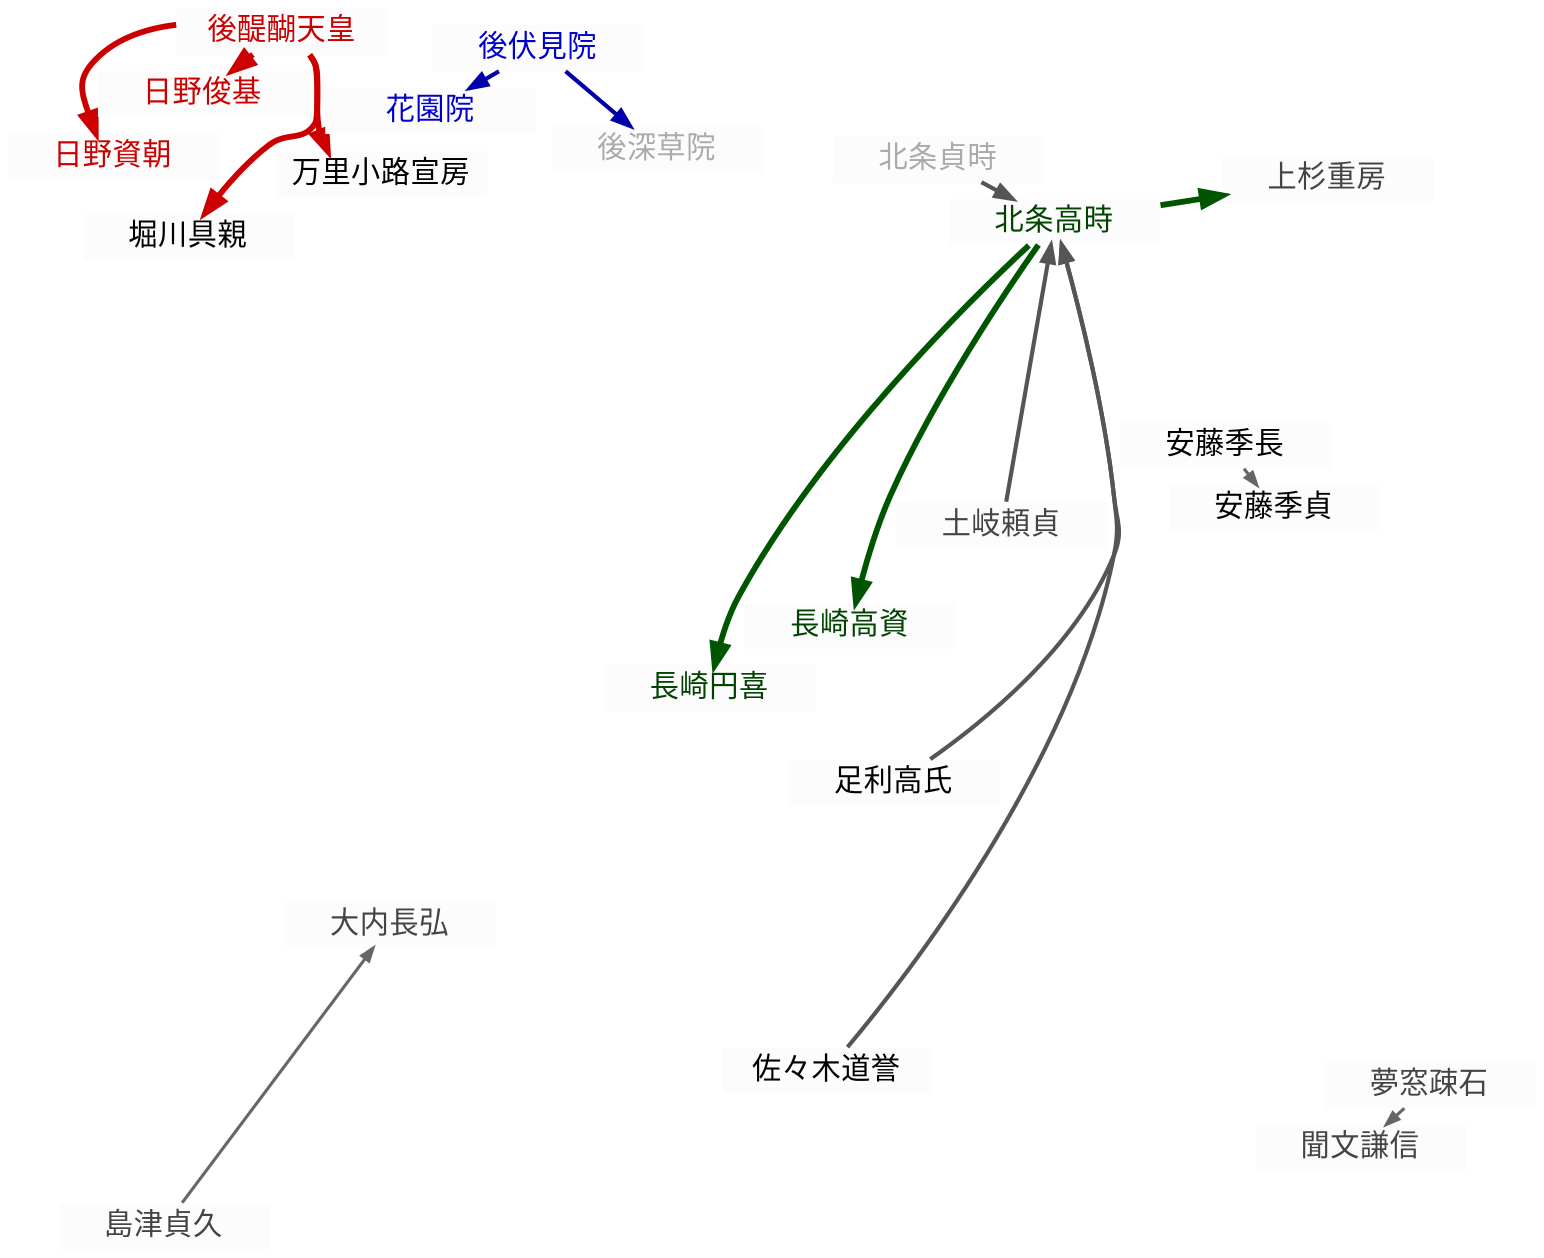
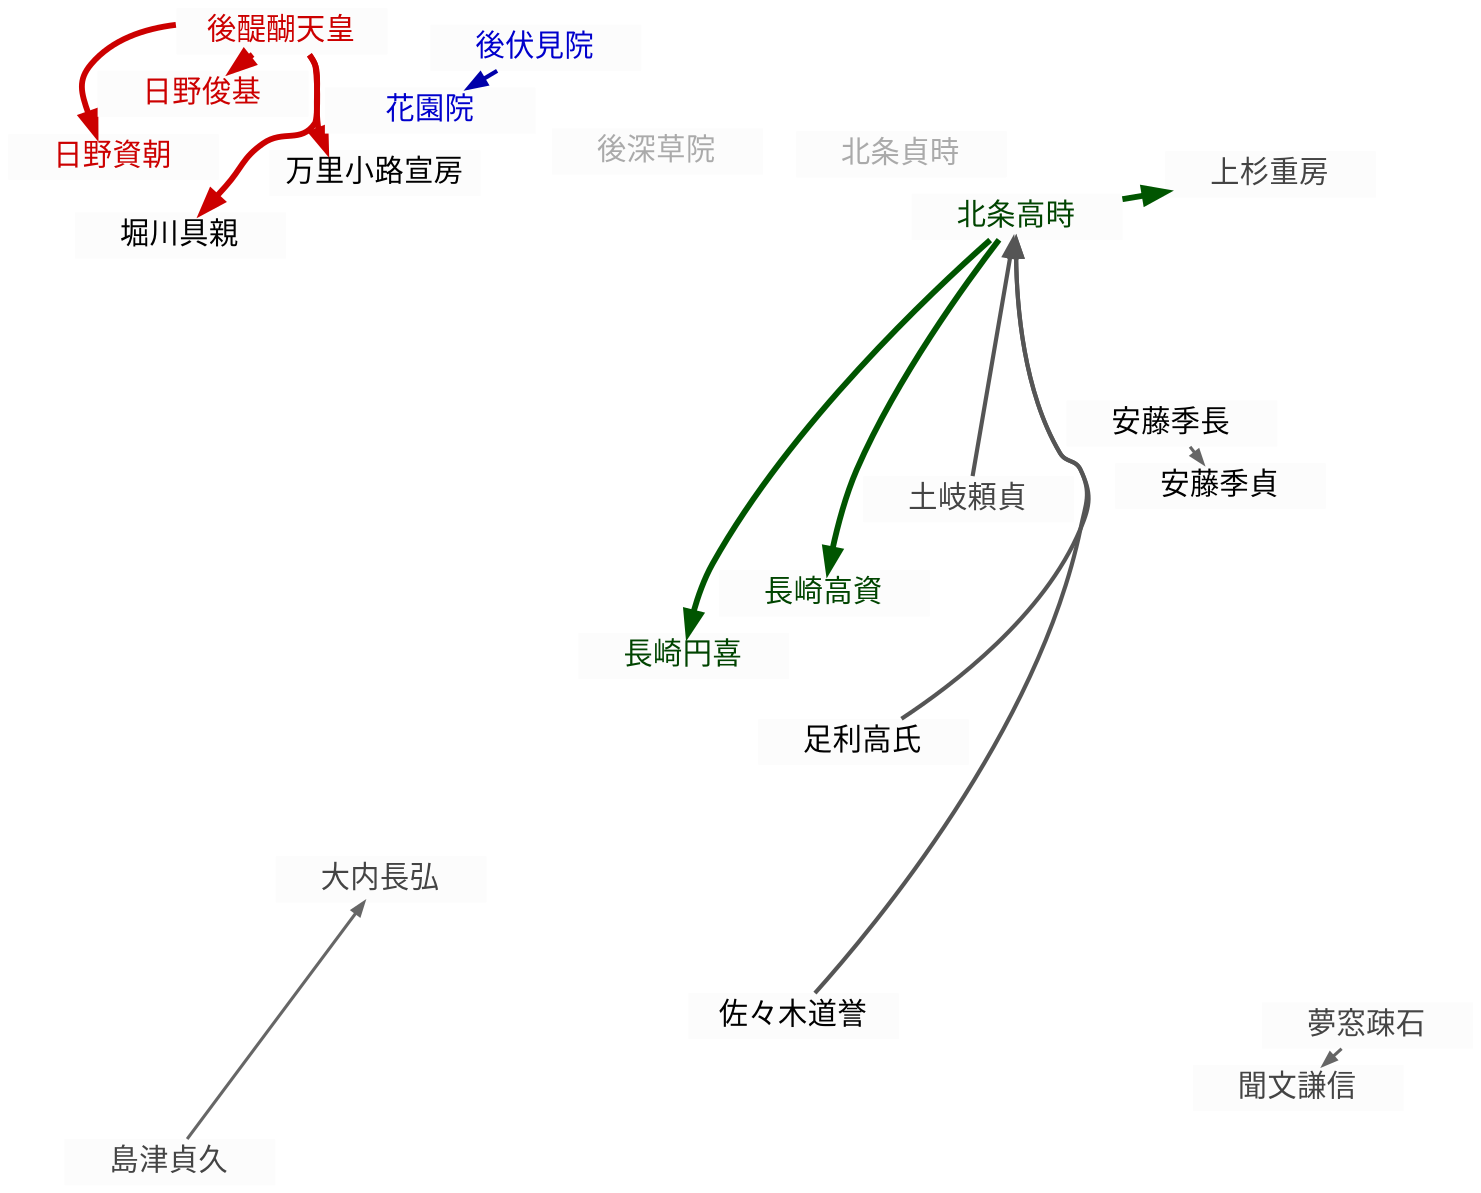
digraph timeline_1324_09 {
    # 1. 全体設定
    graph [
        charset = "UTF-8";
        layout = neato;
        overlap = false;
        sep = "+4";
        bgcolor = "#ffffff";
        splines = true;
    ];

    # 2. ノードデフォルト設定
    node [
        shape = box;
        style = "filled";
        fillcolor = "#fcfcfc";
        color = "#fcfcfc";
        penwidth = 0.1;
        fontname = "sans-serif";
        width = 1.4;
        height = 0.3;
        fixedsize = true;
    ];

    # 3. エッジデフォルト設定
    edge [
        dir = forward;
        arrowhead = normal;
        fontname = "sans-serif";
    ];

    # 4. ノード定義
    # 大覚寺統・討幕過激派
    godaigo_tenno        [label="後醍醐天皇", pos="-4.82,6.44!", fontcolor="#cc0000", tooltip="大覚寺統。討幕を画策する。", URL="https://ja.wikipedia.org/wiki/後醍醐天皇", target="_blank"];
    hino_suketomo        [label="日野資朝", pos="-5.88,5.62!", fontcolor="#cc0000", tooltip="討幕計画の主要人物。", URL="https://ja.wikipedia.org/wiki/日野資朝", target="_blank"];
    hino_toshimoto       [label="日野俊基", pos="-5.41,5.94!", fontcolor="#cc0000", tooltip="討幕計画の主要人物。", URL="https://ja.wikipedia.org/wiki/日野俊基", target="_blank"];
    madenokoji_nobufusa  [label="万里小路宣房", pos="-4.12,5.21!", fontcolor="#000000", tooltip="後醍醐の側近。", URL="https://ja.wikipedia.org/wiki/万里小路宣房", target="_blank"];
    horikawa_tomochika   [label="堀川具親", pos="-5.15,4.85!", fontcolor="#000000", tooltip="公卿。", URL="https://ja.wikipedia.org/wiki/堀川具親", target="_blank"];

    # 持明院統
    gofushimi_in         [label="後伏見院", pos="-2.81,6.14!", fontcolor="#0000cc", tooltip="持明院統。幕府の支持を受ける。", URL="https://ja.wikipedia.org/wiki/後伏見天皇", target="_blank"];
    hanazono_in          [label="花園院", pos="-3.24,5.88!", fontcolor="#0000cc", tooltip="持明院統。", URL="https://ja.wikipedia.org/wiki/花園天皇", target="_blank"];
-     gofukakusa_in        [label="後深草院", pos="-2.11,5.66!", fontcolor="#aaaaaa", tooltip="持明院統。", URL="https://ja.wikipedia.org/wiki/後深草天皇", target="_blank"];
+     gofukakusa_in        [label="後深草院", pos="-2.11,5.66!", fontcolor="#aaaaaa", tooltip="持明院統。既に故人。", URL="https://ja.wikipedia.org/wiki/後深草天皇", target="_blank"];

    # 鎌倉幕府
    hojo_takatoki        [label="北条高時", pos="2.41,4.89!", fontcolor="#004400", tooltip="鎌倉幕府得宗。", URL="https://ja.wikipedia.org/wiki/北条高時", target="_blank"];
-     hojo_sadatoki        [label="北条貞時", pos="1.98,5.12!", fontcolor="#aaaaaa", tooltip="鎌倉幕府得宗。", URL="https://ja.wikipedia.org/wiki/北条貞時", target="_blank"];
+     hojo_sadatoki        [label="北条貞時", pos="1.98,5.12!", fontcolor="#aaaaaa", tooltip="鎌倉幕府得宗。既に故人。", URL="https://ja.wikipedia.org/wiki/北条貞時", target="_blank"];
    nagasaki_takasuke    [label="長崎高資", pos="0.24,0.48!", fontcolor="#004400", tooltip="鎌倉幕府内管領。", URL="https://ja.wikipedia.org/wiki/長崎高資", target="_blank"];
    nagasaki_enki        [label="長崎円喜", pos="-0.12,0.32!", fontcolor="#004400", tooltip="鎌倉幕府内管領。", URL="https://ja.wikipedia.org/wiki/長崎円喜", target="_blank"];
    uesugi_shigefusa     [label="上杉重房", pos="5.42,5.12!", fontcolor="#444444", tooltip="有力御家人。", URL="https://ja.wikipedia.org/wiki/上杉重房", target="_blank"];

    # 武士・その他
    ando_suehisa         [label="安藤季長", pos="4.52,2.41!", fontcolor="#000000", tooltip="安藤氏の乱当事者。", URL="https://ja.wikipedia.org/wiki/安藤氏_(鎌倉時代)", target="_blank"];
    ando_suesada         [label="安藤季貞", pos="4.88,1.95!", fontcolor="#000000", tooltip="安藤氏の乱当事者。", URL="https://ja.wikipedia.org/wiki/安藤氏_(鎌倉時代)", target="_blank"];
-     ashikaga_takauji     [label="足利高氏", pos="1.15,-0.85!", fontcolor="#000000", tooltip="鎌倉幕府の有力御家人。", URL="https://ja.wikipedia.org/wiki/足利尊氏", target="_blank"];
+     ashikaga_takauji     [label="足利高氏", pos="1.15,-0.85!", fontcolor="#000000", tooltip="鎌倉幕府の有力御家人。後の尊氏。", URL="https://ja.wikipedia.org/wiki/足利尊氏", target="_blank"];
    sasaki_doyo          [label="佐々木道誉", pos="0.68,-3.62!", fontcolor="#000000", tooltip="幕府の有力御家人。", URL="https://ja.wikipedia.org/wiki/佐々木道誉", target="_blank"];
    toki_yorisada        [label="土岐頼貞", pos="2.12,1.65!", fontcolor="#444444", tooltip="有力武士。", URL="https://ja.wikipedia.org/wiki/土岐頼貞", target="_blank"];
    shimazu_sadahisa     [label="島津貞久", pos="-5.72,-5.12!", fontcolor="#444444", tooltip="有力武士。", URL="https://ja.wikipedia.org/wiki/島津貞久", target="_blank"];
    ouchi_nagahiro       [label="大内長弘", pos="-3.45,-2.12!", fontcolor="#444444", tooltip="有力武士。", URL="https://ja.wikipedia.org/wiki/大内長弘", target="_blank"];
    muso_soseki          [label="夢窓疎石", pos="6.45,-3.85!", fontcolor="#444444", tooltip="禅僧。", URL="https://ja.wikipedia.org/wiki/夢窓疎石", target="_blank"];
    monbun_kenshin       [label="聞文謙信", pos="5.82,-4.42!", fontcolor="#444444", tooltip="僧侶。", URL="https://ja.wikipedia.org/wiki/聞文謙信", target="_blank"];

    # 5. エッジ定義
    # 重要度：太（指令・統制）
    edge [penwidth=2.8, arrowsize=1.0, color="#cc0000"];
    godaigo_tenno -> hino_suketomo [tooltip="討幕計画の指令。"];
    godaigo_tenno -> hino_toshimoto [tooltip="討幕計画の指令。"];
    godaigo_tenno -> madenokoji_nobufusa [tooltip="後醍醐の側近。"];
    godaigo_tenno -> horikawa_tomochika [tooltip="宮方の公卿。"];

    edge [color="#005500"];
    hojo_takatoki -> nagasaki_takasuke [tooltip="幕府の支配体制。"];
    hojo_takatoki -> nagasaki_enki [tooltip="幕府の支配体制。"];
    hojo_takatoki -> uesugi_shigefusa [tooltip="鎌倉幕府の有力御家人。"];

    # 重要度：中（連帯・君臣）
    edge [penwidth=2.0, arrowsize=0.8, color="#555555"];
-     hojo_sadatoki -> hojo_takatoki [tooltip="得宗家嫡流。"];
    ashikaga_takauji -> hojo_takatoki [tooltip="将軍への忠誠。"];
    sasaki_doyo -> hojo_takatoki [tooltip="幕府御家人としての関係。"];
    toki_yorisada -> hojo_takatoki [tooltip="有力武士。"];

    edge [color="#0000aa"];
    gofushimi_in -> hanazono_in [tooltip="持明院統の連携。"];
-     gofushimi_in -> gofukakusa_in [tooltip="持明院統の先祖。"];

    # 重要度：細（一門・周辺連携）
    edge [penwidth=1.5, arrowsize=0.6, color="#666666"];
    ando_suehisa -> ando_suesada [tooltip="安藤氏一門。"];
    muso_soseki -> monbun_kenshin [tooltip="禅僧と僧侶。"];
    shimazu_sadahisa -> ouchi_nagahiro [tooltip="諸国の有力武士。"];
}